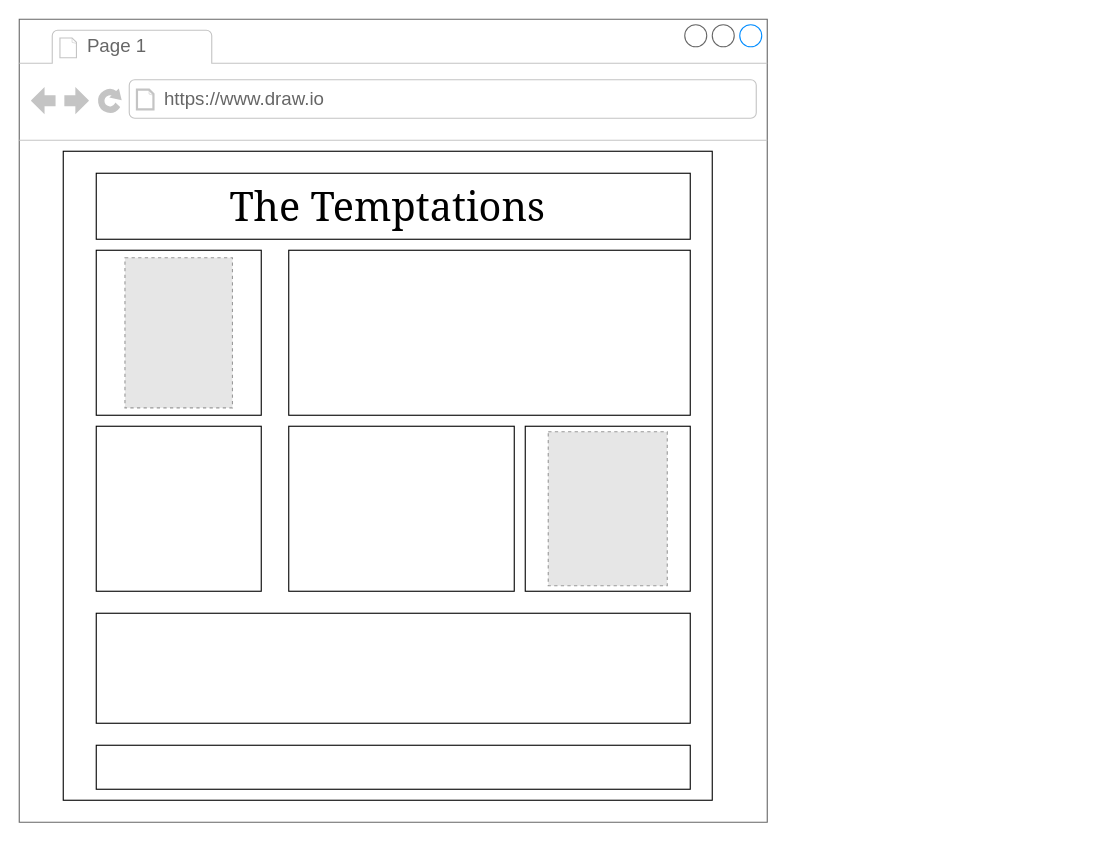
The draw.io diagram wireframe.drawio in ASDAH-Digtal/18734-Likimabolo, before the edit. Source tidied: cells renumbered, new cells numbered last; positions are measured from the earlier drawing's top-left corner, leaving out a move shared by most shapes. Both pictures are drawn from the tidied source at 110%, with x=0, y=0 at pixel (19, 19). Pictures stored in the file or linked from it are replaced by grey dashed boxes.
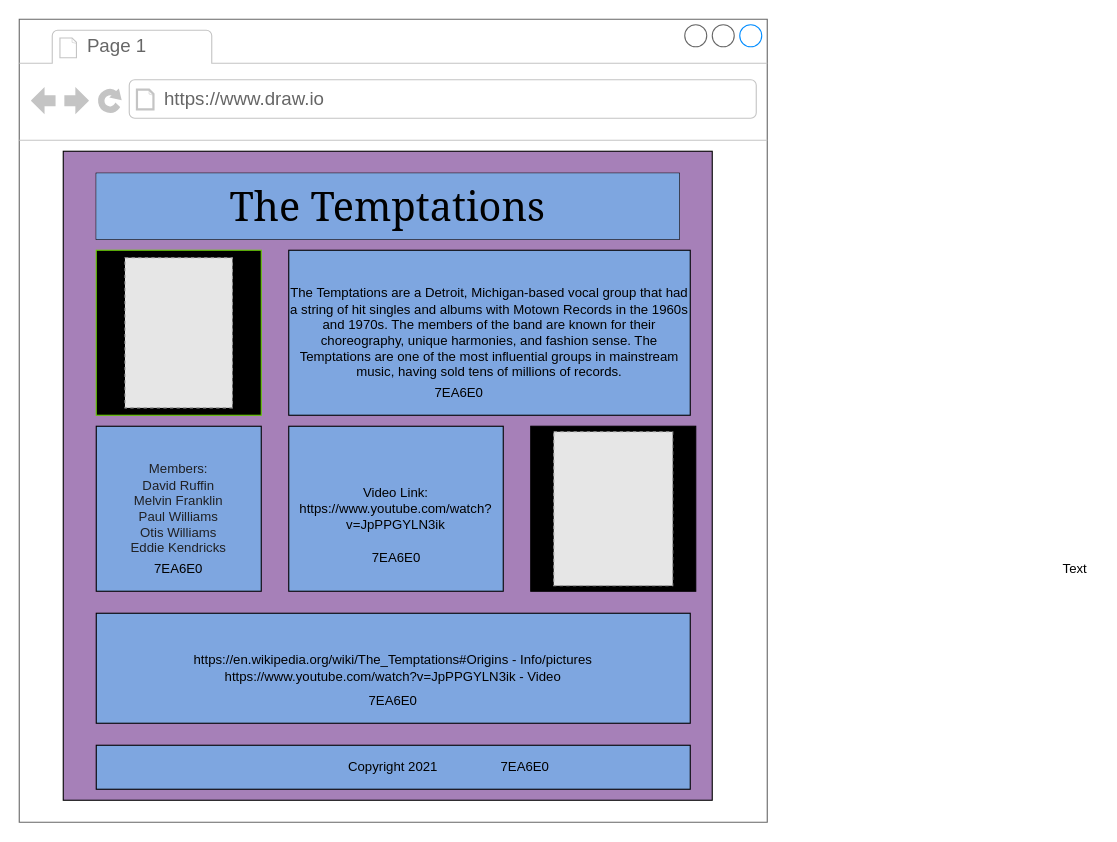
After the change.

What changed in the source:
```diff
@@
-    <mxCell id="2" style="strokeWidth=1;shadow=0;dashed=0;align=center;html=1;shape=mxgraph.mockup.containers.browserWindow;rSize=0;strokeColor=#666666;strokeColor2=#008cff;strokeColor3=#c4c4c4;mainText=,;" parent="1" vertex="1">
+    <mxCell id="2" style="strokeWidth=1;shadow=0;dashed=0;align=center;html=1;shape=mxgraph.mockup.containers.browserWindow;rSize=0;strokeColor=#666666;strokeColor2=#008cff;strokeColor3=#c4c4c4;mainText=,;fillColor=none;" parent="1" vertex="1">
       <mxGeometry width="680" height="730" as="geometry" />
     </mxCell>
@@
-    <mxCell id="5" style="whiteSpace=wrap;html=1;" parent="2" vertex="1">
+    <mxCell id="5" style="whiteSpace=wrap;html=1;fillColor=#A680B8;" parent="2" vertex="1">
       <mxGeometry x="40" y="120" width="590" height="590" as="geometry" />
     </mxCell>
     <mxCell id="6" style="rounded=0;whiteSpace=wrap;html=1;" parent="2" vertex="1">
-      <mxGeometry x="70" y="140" width="540" height="60" as="geometry" />
+      <mxGeometry x="70" y="140" width="530" height="60" as="geometry" />
     </mxCell>
-    <mxCell id="7" style="whiteSpace=wrap;html=1;" parent="2" vertex="1">
+    <mxCell id="7" style="whiteSpace=wrap;html=1;strokeColor=#66CC00;fillColor=#000000;" parent="2" vertex="1">
       <mxGeometry x="70" y="210" width="150" height="150" as="geometry" />
     </mxCell>
-    <mxCell id="8" style="rounded=0;whiteSpace=wrap;html=1;" parent="2" vertex="1">
+    <mxCell id="8" value="The Temptations are a Detroit, Michigan-based vocal group that had a string of hit singles and albums with Motown Records in the 1960s and 1970s. The members of the band are known for their choreography, unique harmonies, and fashion sense. The Temptations are one of the most influential groups in mainstream music, having sold tens of millions of records." style="rounded=0;whiteSpace=wrap;html=1;fillColor=#7EA6E0;" parent="2" vertex="1">
       <mxGeometry x="245" y="210" width="365" height="150" as="geometry" />
     </mxCell>
-    <mxCell id="9" style="whiteSpace=wrap;html=1;" parent="2" vertex="1">
+    <mxCell id="9" value="&lt;span style=&quot;color: rgb(32 , 33 , 36) ; font-family: &amp;#34;arial&amp;#34; , sans-serif ; text-align: left&quot;&gt;&lt;font style=&quot;font-size: 12px&quot;&gt;Members:&lt;br&gt;David Ruffin &lt;br&gt;Melvin Franklin &lt;br&gt;Paul Williams &lt;br&gt;&amp;nbsp;Otis Williams&amp;nbsp; &lt;br&gt;Eddie Kendricks&lt;/font&gt;&lt;/span&gt;" style="whiteSpace=wrap;html=1;fillColor=#7EA6E0;" parent="2" vertex="1">
       <mxGeometry x="70" y="370" width="150" height="150" as="geometry" />
     </mxCell>
-    <mxCell id="10" style="rounded=0;whiteSpace=wrap;html=1;" parent="2" vertex="1">
-      <mxGeometry x="245" y="370" width="205" height="150" as="geometry" />
+    <mxCell id="10" value="Video Link:&lt;br&gt;https://www.youtube.com/watch?v=JpPPGYLN3ik" style="rounded=0;whiteSpace=wrap;html=1;fillColor=#7EA6E0;" parent="2" vertex="1">
+      <mxGeometry x="245" y="370" width="195" height="150" as="geometry" />
     </mxCell>
-    <mxCell id="11" style="rounded=0;whiteSpace=wrap;html=1;" parent="2" vertex="1">
+    <mxCell id="11" value="https://en.wikipedia.org/wiki/The_Temptations#Origins - Info/pictures&lt;br&gt;https://www.youtube.com/watch?v=JpPPGYLN3ik - Video" style="rounded=0;whiteSpace=wrap;html=1;fillColor=#7EA6E0;" parent="2" vertex="1">
       <mxGeometry x="70" y="540" width="540" height="100" as="geometry" />
     </mxCell>
-    <mxCell id="12" style="rounded=0;whiteSpace=wrap;html=1;" parent="2" vertex="1">
+    <mxCell id="12" value="Copyright 2021" style="rounded=0;whiteSpace=wrap;html=1;fillColor=#7EA6E0;" parent="2" vertex="1">
       <mxGeometry x="70" y="660" width="540" height="40" as="geometry" />
     </mxCell>
-    <mxCell id="13" value="&lt;font style=&quot;font-size: 36px&quot; face=&quot;Georgia&quot;&gt;The Temptations&lt;/font&gt;" style="text;html=1;strokeColor=none;fillColor=none;align=center;verticalAlign=middle;whiteSpace=wrap;rounded=0;" parent="2" vertex="1">
+    <mxCell id="13" value="&lt;font style=&quot;font-size: 36px&quot; face=&quot;Georgia&quot;&gt;The Temptations&lt;/font&gt;" style="text;html=1;strokeColor=none;align=center;verticalAlign=middle;whiteSpace=wrap;rounded=0;fillColor=#7EA6E0;" parent="2" vertex="1">
       <mxGeometry x="70" y="140" width="530" height="60" as="geometry" />
     </mxCell>
@@
-    <mxCell id="15" style="whiteSpace=wrap;html=1;" parent="2" vertex="1">
-      <mxGeometry x="460" y="370" width="150" height="150" as="geometry" />
+    <mxCell id="15" style="whiteSpace=wrap;html=1;fillColor=#000000;" parent="2" vertex="1">
+      <mxGeometry x="465" y="370" width="150" height="150" as="geometry" />
     </mxCell>
     <mxCell id="16" style="fillColor=#E6E6E6;strokeColor=#999999;dashed=1;verticalLabelPosition=bottom;labelBackgroundColor=#ffffff;verticalAlign=top;" parent="2" vertex="1">
-      <mxGeometry x="480.9" y="375" width="108.2" height="140" as="geometry" />
+      <mxGeometry x="485.9" y="375" width="108.2" height="140" as="geometry" />
     </mxCell>
+    <mxCell id="17" value="7EA6E0" style="text;html=1;strokeColor=none;fillColor=none;align=center;verticalAlign=middle;whiteSpace=wrap;rounded=0;" parent="2" vertex="1">
+      <mxGeometry x="380" y="330" width="40" height="20" as="geometry" />
+    </mxCell>
+    <mxCell id="18" value="7EA6E0" style="text;html=1;strokeColor=none;fillColor=none;align=center;verticalAlign=middle;whiteSpace=wrap;rounded=0;" parent="2" vertex="1">
+      <mxGeometry x="322.5" y="480" width="40" height="20" as="geometry" />
+    </mxCell>
+    <mxCell id="19" value="7EA6E0" style="text;html=1;strokeColor=none;fillColor=none;align=center;verticalAlign=middle;whiteSpace=wrap;rounded=0;" parent="2" vertex="1">
+      <mxGeometry x="125" y="490" width="40" height="20" as="geometry" />
+    </mxCell>
+    <mxCell id="20" value="7EA6E0" style="text;html=1;strokeColor=none;fillColor=none;align=center;verticalAlign=middle;whiteSpace=wrap;rounded=0;" parent="2" vertex="1">
+      <mxGeometry x="320" y="610" width="40" height="20" as="geometry" />
+    </mxCell>
+    <mxCell id="21" value="7EA6E0" style="text;html=1;strokeColor=none;fillColor=none;align=center;verticalAlign=middle;whiteSpace=wrap;rounded=0;" parent="2" vertex="1">
+      <mxGeometry x="440" y="670" width="40" height="20" as="geometry" />
+    </mxCell>
+    <mxCell id="22" value="Text" style="text;html=1;strokeColor=none;fillColor=none;align=center;verticalAlign=middle;whiteSpace=wrap;rounded=0;" parent="1" vertex="1">
+      <mxGeometry x="940" y="490" width="40" height="20" as="geometry" />
+    </mxCell>
```
